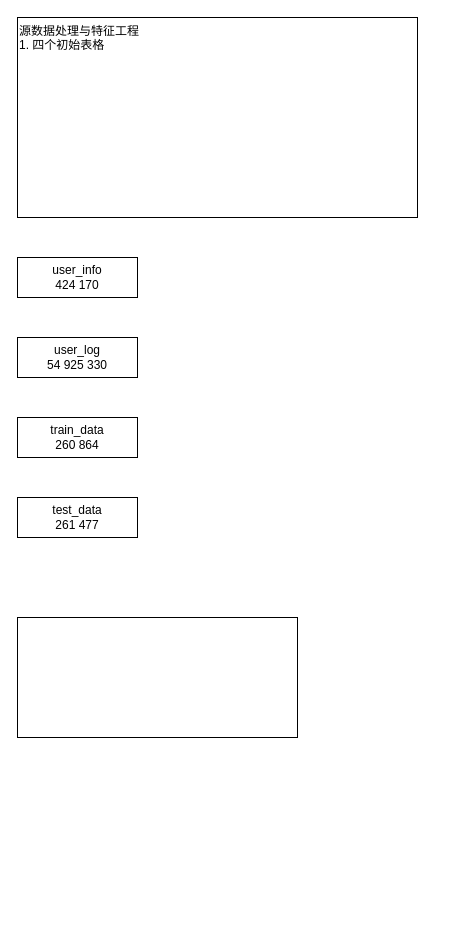
The draw.io diagram tmall1.drawio in limpid-11/drawio, before the edit. Source tidied: cells renumbered, new cells numbered last; positions are measured from the earlier drawing's top-left corner, leaving out a move shared by most shapes. Both pictures are drawn from the tidied source at 100%, with x=0, y=0 at pixel (17, 17).
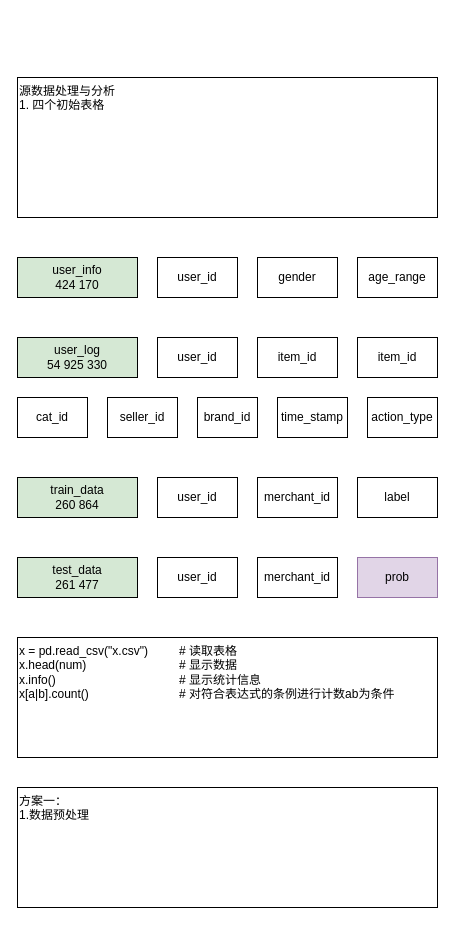
The same page after the edit.

Change to the diagram source:
```diff
@@
-    <mxCell id="2" value="&lt;div style=&quot;&quot;&gt;&lt;span style=&quot;background-color: initial;&quot;&gt;源数据处理与特征工程&lt;/span&gt;&lt;/div&gt;&lt;div style=&quot;&quot;&gt;&lt;span style=&quot;background-color: initial;&quot;&gt;1. 四个初始表格&lt;/span&gt;&lt;/div&gt;&lt;div&gt;&lt;br&gt;&lt;/div&gt;" style="rounded=0;whiteSpace=wrap;html=1;align=left;verticalAlign=top;" parent="1" vertex="1">
-      <mxGeometry width="400" height="200" as="geometry" />
+    <mxCell id="2" value="&lt;div style=&quot;&quot;&gt;&lt;span style=&quot;background-color: initial;&quot;&gt;源数据处理与分析&lt;/span&gt;&lt;/div&gt;&lt;div style=&quot;&quot;&gt;&lt;span style=&quot;background-color: initial;&quot;&gt;1. 四个初始表格&lt;/span&gt;&lt;/div&gt;&lt;div&gt;&lt;br&gt;&lt;/div&gt;" style="rounded=0;whiteSpace=wrap;html=1;align=left;verticalAlign=top;" parent="1" vertex="1">
+      <mxGeometry y="60" width="420" height="140" as="geometry" />
     </mxCell>
-    <mxCell id="3" value="user_info&lt;div&gt;424 170&lt;/div&gt;" style="rounded=0;whiteSpace=wrap;html=1;" parent="1" vertex="1">
+    <mxCell id="3" value="user_info&lt;div&gt;424 170&lt;/div&gt;" style="rounded=0;whiteSpace=wrap;html=1;fillColor=#d5e8d4;strokeColor=#000000;" parent="1" vertex="1">
       <mxGeometry y="240" width="120" height="40" as="geometry" />
     </mxCell>
-    <mxCell id="4" value="user_log&lt;div&gt;54 925 330&lt;/div&gt;" style="rounded=0;whiteSpace=wrap;html=1;" parent="1" vertex="1">
+    <mxCell id="4" value="user_log&lt;div&gt;54 925 330&lt;/div&gt;" style="rounded=0;whiteSpace=wrap;html=1;fillColor=#d5e8d4;strokeColor=#000000;" parent="1" vertex="1">
       <mxGeometry y="320" width="120" height="40" as="geometry" />
     </mxCell>
-    <mxCell id="5" value="train_data&lt;div&gt;260 864&lt;/div&gt;" style="rounded=0;whiteSpace=wrap;html=1;" parent="1" vertex="1">
-      <mxGeometry y="400" width="120" height="40" as="geometry" />
+    <mxCell id="5" value="train_data&lt;div&gt;260 864&lt;/div&gt;" style="rounded=0;whiteSpace=wrap;html=1;fillColor=#d5e8d4;strokeColor=#000000;" parent="1" vertex="1">
+      <mxGeometry y="460" width="120" height="40" as="geometry" />
     </mxCell>
-    <mxCell id="6" value="test_data&lt;div&gt;261 477&lt;/div&gt;" style="rounded=0;whiteSpace=wrap;html=1;" parent="1" vertex="1">
-      <mxGeometry y="480" width="120" height="40" as="geometry" />
+    <mxCell id="6" value="test_data&lt;div&gt;261 477&lt;/div&gt;" style="rounded=0;whiteSpace=wrap;html=1;fillColor=#d5e8d4;strokeColor=#000000;" parent="1" vertex="1">
+      <mxGeometry y="540" width="120" height="40" as="geometry" />
     </mxCell>
-    <mxCell id="7" style="rounded=0;whiteSpace=wrap;html=1;" parent="1" vertex="1">
-      <mxGeometry y="600" width="280" height="120" as="geometry" />
+    <mxCell id="7" value="x = pd.read_csv(&quot;x.csv&quot;)&lt;span style=&quot;white-space: pre;&quot;&gt;&#9;&lt;/span&gt;&lt;span style=&quot;white-space: pre;&quot;&gt;&#9;&lt;/span&gt;# 读取表格&lt;div&gt;x.head(num)&amp;nbsp; &amp;nbsp;&lt;span style=&quot;white-space: pre;&quot;&gt;&#9;&lt;/span&gt;&lt;span style=&quot;white-space: pre;&quot;&gt;&#9;&lt;/span&gt;&lt;span style=&quot;white-space: pre;&quot;&gt;&#9;&lt;/span&gt;&lt;span style=&quot;white-space: pre;&quot;&gt;&#9;&lt;/span&gt;# 显示数据&lt;/div&gt;&lt;div&gt;x.info()&lt;span style=&quot;white-space: pre;&quot;&gt;&#9;&lt;/span&gt;&lt;span style=&quot;white-space: pre;&quot;&gt;&#9;&lt;/span&gt;&lt;span style=&quot;white-space: pre;&quot;&gt;&#9;&lt;/span&gt;&lt;span style=&quot;white-space: pre;&quot;&gt;&#9;&lt;/span&gt;&lt;span style=&quot;white-space: pre;&quot;&gt;&#9;&lt;/span&gt;# 显示统计信息&lt;/div&gt;&lt;div&gt;x[a|b].count()&lt;span style=&quot;white-space: pre;&quot;&gt;&#9;&lt;/span&gt;&lt;span style=&quot;white-space: pre;&quot;&gt;&#9;&lt;/span&gt;&lt;span style=&quot;white-space: pre;&quot;&gt;&#9;&lt;/span&gt;&lt;span style=&quot;white-space: pre;&quot;&gt;&#9;&lt;/span&gt;# 对符合表达式的条例进行计数ab为条件&lt;/div&gt;&lt;div&gt;&lt;br&gt;&lt;/div&gt;" style="rounded=0;whiteSpace=wrap;html=1;align=left;verticalAlign=top;" parent="1" vertex="1">
+      <mxGeometry y="620" width="420" height="120" as="geometry" />
     </mxCell>
+    <mxCell id="8" value="age_range" style="rounded=0;whiteSpace=wrap;html=1;" parent="1" vertex="1">
+      <mxGeometry x="340" y="240" width="80" height="40" as="geometry" />
+    </mxCell>
+    <mxCell id="9" value="user_id" style="rounded=0;whiteSpace=wrap;html=1;" parent="1" vertex="1">
+      <mxGeometry x="140" y="240" width="80" height="40" as="geometry" />
+    </mxCell>
+    <mxCell id="10" value="user_id" style="rounded=0;whiteSpace=wrap;html=1;" parent="1" vertex="1">
+      <mxGeometry x="140" y="320" width="80" height="40" as="geometry" />
+    </mxCell>
+    <mxCell id="11" value="user_id" style="rounded=0;whiteSpace=wrap;html=1;" parent="1" vertex="1">
+      <mxGeometry x="140" y="460" width="80" height="40" as="geometry" />
+    </mxCell>
+    <mxCell id="12" value="gender" style="rounded=0;whiteSpace=wrap;html=1;" parent="1" vertex="1">
+      <mxGeometry x="240" y="240" width="80" height="40" as="geometry" />
+    </mxCell>
+    <mxCell id="13" value="merchant_id" style="rounded=0;whiteSpace=wrap;html=1;" parent="1" vertex="1">
+      <mxGeometry x="240" y="460" width="80" height="40" as="geometry" />
+    </mxCell>
+    <mxCell id="14" value="label" style="rounded=0;whiteSpace=wrap;html=1;" parent="1" vertex="1">
+      <mxGeometry x="340" y="460" width="80" height="40" as="geometry" />
+    </mxCell>
+    <mxCell id="15" value="item_id" style="rounded=0;whiteSpace=wrap;html=1;" parent="1" vertex="1">
+      <mxGeometry x="240" y="320" width="80" height="40" as="geometry" />
+    </mxCell>
+    <mxCell id="16" value="item_id" style="rounded=0;whiteSpace=wrap;html=1;" parent="1" vertex="1">
+      <mxGeometry x="340" y="320" width="80" height="40" as="geometry" />
+    </mxCell>
+    <mxCell id="17" value="cat_id" style="rounded=0;whiteSpace=wrap;html=1;" parent="1" vertex="1">
+      <mxGeometry y="380" width="70" height="40" as="geometry" />
+    </mxCell>
+    <mxCell id="18" value="seller_id" style="rounded=0;whiteSpace=wrap;html=1;" parent="1" vertex="1">
+      <mxGeometry x="90" y="380" width="70" height="40" as="geometry" />
+    </mxCell>
+    <mxCell id="19" value="brand_id" style="rounded=0;whiteSpace=wrap;html=1;" parent="1" vertex="1">
+      <mxGeometry x="180" y="380" width="60" height="40" as="geometry" />
+    </mxCell>
+    <mxCell id="20" value="time_stamp" style="rounded=0;whiteSpace=wrap;html=1;" parent="1" vertex="1">
+      <mxGeometry x="260" y="380" width="70" height="40" as="geometry" />
+    </mxCell>
+    <mxCell id="21" value="action_type" style="rounded=0;whiteSpace=wrap;html=1;" parent="1" vertex="1">
+      <mxGeometry x="350" y="380" width="70" height="40" as="geometry" />
+    </mxCell>
+    <mxCell id="22" value="user_id" style="rounded=0;whiteSpace=wrap;html=1;" parent="1" vertex="1">
+      <mxGeometry x="140" y="540" width="80" height="40" as="geometry" />
+    </mxCell>
+    <mxCell id="23" value="merchant_id" style="rounded=0;whiteSpace=wrap;html=1;" parent="1" vertex="1">
+      <mxGeometry x="240" y="540" width="80" height="40" as="geometry" />
+    </mxCell>
+    <mxCell id="24" value="prob" style="rounded=0;whiteSpace=wrap;html=1;fillColor=#e1d5e7;strokeColor=#9673a6;" parent="1" vertex="1">
+      <mxGeometry x="340" y="540" width="80" height="40" as="geometry" />
+    </mxCell>
+    <mxCell id="25" value="方案一：&lt;div&gt;1.数据预处理&lt;/div&gt;" style="rounded=0;whiteSpace=wrap;html=1;align=left;verticalAlign=top;" parent="1" vertex="1">
+      <mxGeometry y="770" width="420" height="120" as="geometry" />
+    </mxCell>
```
